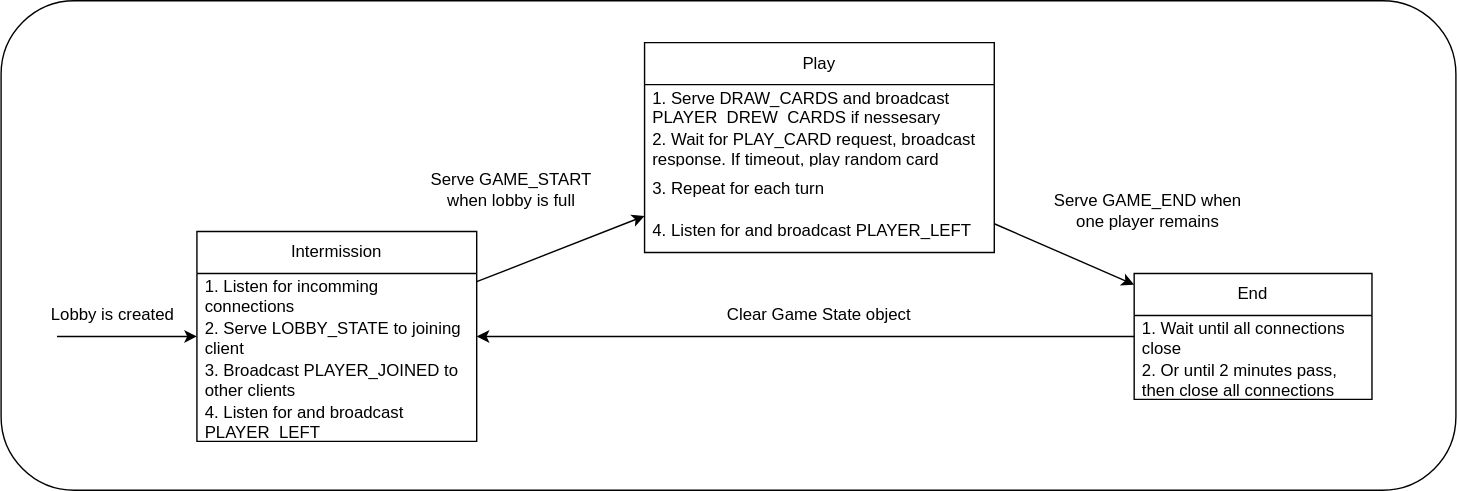
This is docs/game_stages.drawio.svg from olitroj/uno-online, a draw.io export, as it was before one commit. Source tidied: cells renumbered, new cells last; positions are measured from the earlier drawing's top-left corner, leaving out a move shared by most shapes. The source it was exported from:
```xml
<mxGraphModel>
  <root>
    <mxCell id="0" />
    <mxCell id="1" parent="0" />
    <mxCell id="2" style="rounded=1;whiteSpace=wrap;html=1;" parent="1" vertex="1">
      <mxGeometry width="1040" height="350" as="geometry" />
    </mxCell>
    <mxCell id="3" style="edgeStyle=none;html=1;" parent="1" edge="1" source="5" target="11">
      <mxGeometry relative="1" as="geometry" />
    </mxCell>
    <mxCell id="4" style="edgeStyle=none;html=1;startArrow=classic;startFill=1;endArrow=none;endFill=0;" parent="1" edge="1" source="5">
      <mxGeometry relative="1" as="geometry">
        <mxPoint x="40" y="240" as="targetPoint" />
      </mxGeometry>
    </mxCell>
    <mxCell id="5" value="Intermission" style="swimlane;fontStyle=0;horizontal=1;startSize=30;whiteSpace=wrap;html=1;" parent="1" vertex="1">
      <mxGeometry x="140" y="165" width="200" height="150" as="geometry" />
    </mxCell>
    <mxCell id="6" value="1. Listen for incomming connections" style="text;strokeColor=none;fillColor=none;align=left;verticalAlign=middle;spacingLeft=4;spacingRight=4;overflow=hidden;whiteSpace=wrap;html=1;" parent="5" vertex="1">
      <mxGeometry y="30" width="200" height="30" as="geometry" />
    </mxCell>
    <mxCell id="7" value="2. Serve LOBBY_STATE to joining client" style="text;strokeColor=none;fillColor=none;align=left;verticalAlign=middle;spacingLeft=4;spacingRight=4;overflow=hidden;whiteSpace=wrap;html=1;" parent="5" vertex="1">
      <mxGeometry y="60" width="200" height="30" as="geometry" />
    </mxCell>
    <mxCell id="8" value="3. Broadcast PLAYER_JOINED to other clients" style="text;strokeColor=none;fillColor=none;align=left;verticalAlign=middle;spacingLeft=4;spacingRight=4;overflow=hidden;whiteSpace=wrap;html=1;" parent="5" vertex="1">
      <mxGeometry y="90" width="200" height="30" as="geometry" />
    </mxCell>
    <mxCell id="9" value="4. Listen for and broadcast PLAYER_LEFT" style="text;strokeColor=none;fillColor=none;align=left;verticalAlign=middle;spacingLeft=4;spacingRight=4;overflow=hidden;whiteSpace=wrap;html=1;" parent="5" vertex="1">
      <mxGeometry y="120" width="200" height="30" as="geometry" />
    </mxCell>
    <mxCell id="10" style="edgeStyle=none;html=1;" parent="1" edge="1" source="11" target="17">
      <mxGeometry relative="1" as="geometry" />
    </mxCell>
    <mxCell id="11" value="Play" style="swimlane;fontStyle=0;horizontal=1;startSize=30;whiteSpace=wrap;html=1;" parent="1" vertex="1">
      <mxGeometry x="460" y="30" width="250" height="150" as="geometry" />
    </mxCell>
    <mxCell id="12" value="1. Serve DRAW_CARDS and broadcast PLAYER_DREW_CARDS if nessesary" style="text;strokeColor=none;fillColor=none;align=left;verticalAlign=middle;spacingLeft=4;spacingRight=4;overflow=hidden;whiteSpace=wrap;html=1;" parent="11" vertex="1">
      <mxGeometry y="30" width="250" height="30" as="geometry" />
    </mxCell>
    <mxCell id="13" value="2. Wait for PLAY_CARD request, broadcast response. If timeout, play random card" style="text;strokeColor=none;fillColor=none;align=left;verticalAlign=middle;spacingLeft=4;spacingRight=4;overflow=hidden;whiteSpace=wrap;html=1;" parent="11" vertex="1">
      <mxGeometry y="60" width="250" height="30" as="geometry" />
    </mxCell>
    <mxCell id="14" value="3. Repeat for each turn" style="text;strokeColor=none;fillColor=none;align=left;verticalAlign=middle;spacingLeft=4;spacingRight=4;overflow=hidden;whiteSpace=wrap;html=1;" parent="11" vertex="1">
      <mxGeometry y="90" width="250" height="30" as="geometry" />
    </mxCell>
    <mxCell id="15" value="4. Listen for and broadcast PLAYER_LEFT" style="text;strokeColor=none;fillColor=none;align=left;verticalAlign=middle;spacingLeft=4;spacingRight=4;overflow=hidden;whiteSpace=wrap;html=1;" parent="11" vertex="1">
      <mxGeometry y="120" width="250" height="30" as="geometry" />
    </mxCell>
    <mxCell id="16" style="edgeStyle=none;html=1;" parent="1" edge="1" source="17" target="5">
      <mxGeometry relative="1" as="geometry" />
    </mxCell>
    <mxCell id="17" value="End" style="swimlane;fontStyle=0;horizontal=1;startSize=30;whiteSpace=wrap;html=1;" parent="1" vertex="1">
      <mxGeometry x="810" y="195" width="170" height="90" as="geometry" />
    </mxCell>
    <mxCell id="18" value="1. Wait until all connections close" style="text;strokeColor=none;fillColor=none;align=left;verticalAlign=middle;spacingLeft=4;spacingRight=4;overflow=hidden;whiteSpace=wrap;html=1;" parent="17" vertex="1">
      <mxGeometry y="30" width="170" height="30" as="geometry" />
    </mxCell>
    <mxCell id="19" value="2. Or until 2 minutes pass, then close all connections" style="text;strokeColor=none;fillColor=none;align=left;verticalAlign=middle;spacingLeft=4;spacingRight=4;overflow=hidden;whiteSpace=wrap;html=1;" parent="17" vertex="1">
      <mxGeometry y="60" width="170" height="30" as="geometry" />
    </mxCell>
    <mxCell id="20" value="Serve GAME_START when lobby is full" style="text;html=1;align=center;verticalAlign=middle;whiteSpace=wrap;rounded=0;" parent="1" vertex="1">
      <mxGeometry x="300" y="120" width="130" height="30" as="geometry" />
    </mxCell>
    <mxCell id="21" value="Serve GAME_END when one player remains" style="text;html=1;align=center;verticalAlign=middle;whiteSpace=wrap;rounded=0;" parent="1" vertex="1">
      <mxGeometry x="750" y="135" width="140" height="30" as="geometry" />
    </mxCell>
    <mxCell id="22" value="Clear Game State object" style="text;html=1;align=center;verticalAlign=middle;whiteSpace=wrap;rounded=0;" parent="1" vertex="1">
      <mxGeometry x="515" y="210" width="140" height="30" as="geometry" />
    </mxCell>
    <mxCell id="23" value="Lobby is created" style="text;html=1;align=center;verticalAlign=middle;whiteSpace=wrap;rounded=0;" parent="1" vertex="1">
      <mxGeometry x="30" y="210" width="100" height="30" as="geometry" />
    </mxCell>
  </root>
</mxGraphModel>
```
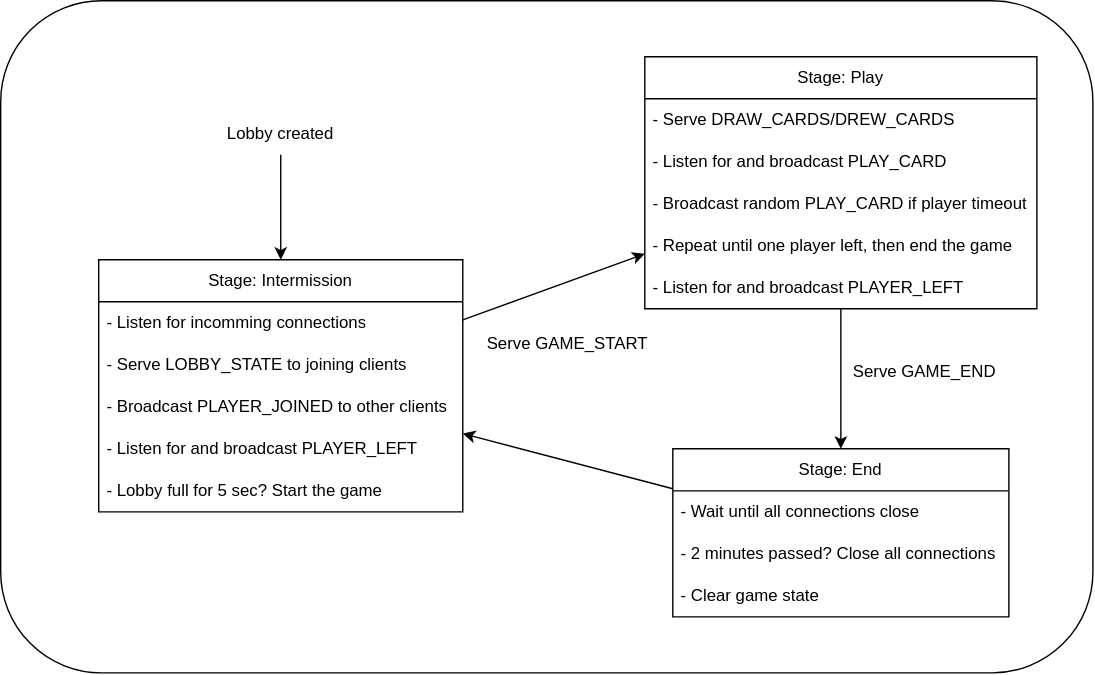
The same file after the commit.

Change to the diagram source:
```diff
@@ -2,73 +2,79 @@
   <root>
     <mxCell id="0" />
     <mxCell id="1" parent="0" />
-    <mxCell id="2" style="rounded=1;whiteSpace=wrap;html=1;" parent="1" vertex="1">
-      <mxGeometry width="1040" height="350" as="geometry" />
-    </mxCell>
+    <mxCell id="24" style="rounded=1;whiteSpace=wrap;html=1;" parent="1" vertex="1">
+      <mxGeometry y="-20" width="780" height="480" as="geometry" />
+    </mxCell>
     <mxCell id="3" style="edgeStyle=none;html=1;" parent="1" edge="1" source="5" target="11">
       <mxGeometry relative="1" as="geometry" />
     </mxCell>
-    <mxCell id="4" style="edgeStyle=none;html=1;startArrow=classic;startFill=1;endArrow=none;endFill=0;" parent="1" edge="1" source="5">
-      <mxGeometry relative="1" as="geometry">
-        <mxPoint x="40" y="240" as="targetPoint" />
-      </mxGeometry>
-    </mxCell>
+    <mxCell id="25" style="edgeStyle=none;html=1;startArrow=classic;startFill=1;endArrow=none;endFill=0;" parent="1" edge="1" source="5">
+      <mxGeometry relative="1" as="geometry">
+        <mxPoint x="200" y="90" as="targetPoint" />
+      </mxGeometry>
+    </mxCell>
-    <mxCell id="5" value="Intermission" style="swimlane;fontStyle=0;horizontal=1;startSize=30;whiteSpace=wrap;html=1;" parent="1" vertex="1">
-      <mxGeometry x="140" y="165" width="200" height="150" as="geometry" />
+    <mxCell id="5" value="Stage: Intermission" style="swimlane;fontStyle=0;horizontal=1;startSize=30;whiteSpace=wrap;html=1;" parent="1" vertex="1">
+      <mxGeometry x="70" y="165" width="260" height="180" as="geometry" />
     </mxCell>
-    <mxCell id="6" value="1. Listen for incomming connections" style="text;strokeColor=none;fillColor=none;align=left;verticalAlign=middle;spacingLeft=4;spacingRight=4;overflow=hidden;whiteSpace=wrap;html=1;" parent="5" vertex="1">
-      <mxGeometry y="30" width="200" height="30" as="geometry" />
+    <mxCell id="6" value="- Listen for incomming connections" style="text;strokeColor=none;fillColor=none;align=left;verticalAlign=middle;spacingLeft=4;spacingRight=4;overflow=hidden;whiteSpace=wrap;html=1;" parent="5" vertex="1">
+      <mxGeometry y="30" width="260" height="30" as="geometry" />
     </mxCell>
-    <mxCell id="7" value="2. Serve LOBBY_STATE to joining client" style="text;strokeColor=none;fillColor=none;align=left;verticalAlign=middle;spacingLeft=4;spacingRight=4;overflow=hidden;whiteSpace=wrap;html=1;" parent="5" vertex="1">
-      <mxGeometry y="60" width="200" height="30" as="geometry" />
+    <mxCell id="7" value="- Serve LOBBY_STATE to joining clients" style="text;strokeColor=none;fillColor=none;align=left;verticalAlign=middle;spacingLeft=4;spacingRight=4;overflow=hidden;whiteSpace=wrap;html=1;" parent="5" vertex="1">
+      <mxGeometry y="60" width="260" height="30" as="geometry" />
     </mxCell>
-    <mxCell id="8" value="3. Broadcast PLAYER_JOINED to other clients" style="text;strokeColor=none;fillColor=none;align=left;verticalAlign=middle;spacingLeft=4;spacingRight=4;overflow=hidden;whiteSpace=wrap;html=1;" parent="5" vertex="1">
-      <mxGeometry y="90" width="200" height="30" as="geometry" />
+    <mxCell id="8" value="- Broadcast PLAYER_JOINED to other clients" style="text;strokeColor=none;fillColor=none;align=left;verticalAlign=middle;spacingLeft=4;spacingRight=4;overflow=hidden;whiteSpace=wrap;html=1;" parent="5" vertex="1">
+      <mxGeometry y="90" width="260" height="30" as="geometry" />
     </mxCell>
-    <mxCell id="9" value="4. Listen for and broadcast PLAYER_LEFT" style="text;strokeColor=none;fillColor=none;align=left;verticalAlign=middle;spacingLeft=4;spacingRight=4;overflow=hidden;whiteSpace=wrap;html=1;" parent="5" vertex="1">
-      <mxGeometry y="120" width="200" height="30" as="geometry" />
+    <mxCell id="9" value="- Listen for and broadcast PLAYER_LEFT" style="text;strokeColor=none;fillColor=none;align=left;verticalAlign=middle;spacingLeft=4;spacingRight=4;overflow=hidden;whiteSpace=wrap;html=1;" parent="5" vertex="1">
+      <mxGeometry y="120" width="260" height="30" as="geometry" />
     </mxCell>
+    <mxCell id="26" value="- Lobby full for 5 sec? Start the game" style="text;strokeColor=none;fillColor=none;align=left;verticalAlign=middle;spacingLeft=4;spacingRight=4;overflow=hidden;whiteSpace=wrap;html=1;" parent="5" vertex="1">
+      <mxGeometry y="150" width="260" height="30" as="geometry" />
+    </mxCell>
     <mxCell id="10" style="edgeStyle=none;html=1;" parent="1" edge="1" source="11" target="17">
       <mxGeometry relative="1" as="geometry" />
     </mxCell>
-    <mxCell id="11" value="Play" style="swimlane;fontStyle=0;horizontal=1;startSize=30;whiteSpace=wrap;html=1;" parent="1" vertex="1">
-      <mxGeometry x="460" y="30" width="250" height="150" as="geometry" />
+    <mxCell id="11" value="Stage: Play" style="swimlane;fontStyle=0;horizontal=1;startSize=30;whiteSpace=wrap;html=1;" parent="1" vertex="1">
+      <mxGeometry x="460" y="20" width="280" height="180" as="geometry" />
     </mxCell>
-    <mxCell id="12" value="1. Serve DRAW_CARDS and broadcast PLAYER_DREW_CARDS if nessesary" style="text;strokeColor=none;fillColor=none;align=left;verticalAlign=middle;spacingLeft=4;spacingRight=4;overflow=hidden;whiteSpace=wrap;html=1;" parent="11" vertex="1">
-      <mxGeometry y="30" width="250" height="30" as="geometry" />
+    <mxCell id="12" value="- Serve DRAW_CARDS/DREW_CARDS" style="text;strokeColor=none;fillColor=none;align=left;verticalAlign=middle;spacingLeft=4;spacingRight=4;overflow=hidden;whiteSpace=wrap;html=1;" parent="11" vertex="1">
+      <mxGeometry y="30" width="280" height="30" as="geometry" />
     </mxCell>
-    <mxCell id="13" value="2. Wait for PLAY_CARD request, broadcast response. If timeout, play random card" style="text;strokeColor=none;fillColor=none;align=left;verticalAlign=middle;spacingLeft=4;spacingRight=4;overflow=hidden;whiteSpace=wrap;html=1;" parent="11" vertex="1">
-      <mxGeometry y="60" width="250" height="30" as="geometry" />
+    <mxCell id="13" value="- Listen for and broadcast PLAY_CARD" style="text;strokeColor=none;fillColor=none;align=left;verticalAlign=middle;spacingLeft=4;spacingRight=4;overflow=hidden;whiteSpace=wrap;html=1;" parent="11" vertex="1">
+      <mxGeometry y="60" width="280" height="30" as="geometry" />
     </mxCell>
-    <mxCell id="14" value="3. Repeat for each turn" style="text;strokeColor=none;fillColor=none;align=left;verticalAlign=middle;spacingLeft=4;spacingRight=4;overflow=hidden;whiteSpace=wrap;html=1;" parent="11" vertex="1">
-      <mxGeometry y="90" width="250" height="30" as="geometry" />
+    <mxCell id="14" value="- Broadcast random PLAY_CARD if player timeout" style="text;strokeColor=none;fillColor=none;align=left;verticalAlign=middle;spacingLeft=4;spacingRight=4;overflow=hidden;whiteSpace=wrap;html=1;" parent="11" vertex="1">
+      <mxGeometry y="90" width="280" height="30" as="geometry" />
     </mxCell>
-    <mxCell id="15" value="4. Listen for and broadcast PLAYER_LEFT" style="text;strokeColor=none;fillColor=none;align=left;verticalAlign=middle;spacingLeft=4;spacingRight=4;overflow=hidden;whiteSpace=wrap;html=1;" parent="11" vertex="1">
-      <mxGeometry y="120" width="250" height="30" as="geometry" />
+    <mxCell id="15" value="- Repeat until one player left, then end the game" style="text;strokeColor=none;fillColor=none;align=left;verticalAlign=middle;spacingLeft=4;spacingRight=4;overflow=hidden;whiteSpace=wrap;html=1;" parent="11" vertex="1">
+      <mxGeometry y="120" width="280" height="30" as="geometry" />
     </mxCell>
+    <mxCell id="27" value="- Listen for and broadcast PLAYER_LEFT" style="text;strokeColor=none;fillColor=none;align=left;verticalAlign=middle;spacingLeft=4;spacingRight=4;overflow=hidden;whiteSpace=wrap;html=1;" parent="11" vertex="1">
+      <mxGeometry y="150" width="280" height="30" as="geometry" />
+    </mxCell>
     <mxCell id="16" style="edgeStyle=none;html=1;" parent="1" edge="1" source="17" target="5">
       <mxGeometry relative="1" as="geometry" />
     </mxCell>
-    <mxCell id="17" value="End" style="swimlane;fontStyle=0;horizontal=1;startSize=30;whiteSpace=wrap;html=1;" parent="1" vertex="1">
-      <mxGeometry x="810" y="195" width="170" height="90" as="geometry" />
+    <mxCell id="17" value="Stage: End" style="swimlane;fontStyle=0;horizontal=1;startSize=30;whiteSpace=wrap;html=1;" parent="1" vertex="1">
+      <mxGeometry x="480" y="300" width="240" height="120" as="geometry" />
     </mxCell>
-    <mxCell id="18" value="1. Wait until all connections close" style="text;strokeColor=none;fillColor=none;align=left;verticalAlign=middle;spacingLeft=4;spacingRight=4;overflow=hidden;whiteSpace=wrap;html=1;" parent="17" vertex="1">
-      <mxGeometry y="30" width="170" height="30" as="geometry" />
+    <mxCell id="18" value="- Wait until all connections close" style="text;strokeColor=none;fillColor=none;align=left;verticalAlign=middle;spacingLeft=4;spacingRight=4;overflow=hidden;whiteSpace=wrap;html=1;" parent="17" vertex="1">
+      <mxGeometry y="30" width="240" height="30" as="geometry" />
     </mxCell>
-    <mxCell id="19" value="2. Or until 2 minutes pass, then close all connections" style="text;strokeColor=none;fillColor=none;align=left;verticalAlign=middle;spacingLeft=4;spacingRight=4;overflow=hidden;whiteSpace=wrap;html=1;" parent="17" vertex="1">
-      <mxGeometry y="60" width="170" height="30" as="geometry" />
+    <mxCell id="19" value="- 2 minutes passed? Close all connections" style="text;strokeColor=none;fillColor=none;align=left;verticalAlign=middle;spacingLeft=4;spacingRight=4;overflow=hidden;whiteSpace=wrap;html=1;" parent="17" vertex="1">
+      <mxGeometry y="60" width="240" height="30" as="geometry" />
     </mxCell>
+    <mxCell id="28" value="- Clear game state" style="text;strokeColor=none;fillColor=none;align=left;verticalAlign=middle;spacingLeft=4;spacingRight=4;overflow=hidden;whiteSpace=wrap;html=1;" parent="17" vertex="1">
+      <mxGeometry y="90" width="240" height="30" as="geometry" />
+    </mxCell>
-    <mxCell id="20" value="Serve GAME_START when lobby is full" style="text;html=1;align=center;verticalAlign=middle;whiteSpace=wrap;rounded=0;" parent="1" vertex="1">
-      <mxGeometry x="300" y="120" width="130" height="30" as="geometry" />
+    <mxCell id="20" value="Serve GAME_START" style="text;html=1;align=center;verticalAlign=middle;whiteSpace=wrap;rounded=0;" parent="1" vertex="1">
+      <mxGeometry x="340" y="210" width="130" height="30" as="geometry" />
     </mxCell>
-    <mxCell id="21" value="Serve GAME_END when one player remains" style="text;html=1;align=center;verticalAlign=middle;whiteSpace=wrap;rounded=0;" parent="1" vertex="1">
-      <mxGeometry x="750" y="135" width="140" height="30" as="geometry" />
+    <mxCell id="21" value="Serve GAME_END" style="text;html=1;align=center;verticalAlign=middle;whiteSpace=wrap;rounded=0;" parent="1" vertex="1">
+      <mxGeometry x="590" y="230" width="140" height="30" as="geometry" />
     </mxCell>
-    <mxCell id="22" value="Clear Game State object" style="text;html=1;align=center;verticalAlign=middle;whiteSpace=wrap;rounded=0;" parent="1" vertex="1">
-      <mxGeometry x="515" y="210" width="140" height="30" as="geometry" />
-    </mxCell>
-    <mxCell id="23" value="Lobby is created" style="text;html=1;align=center;verticalAlign=middle;whiteSpace=wrap;rounded=0;" parent="1" vertex="1">
-      <mxGeometry x="30" y="210" width="100" height="30" as="geometry" />
+    <mxCell id="23" value="Lobby created" style="text;html=1;align=center;verticalAlign=middle;whiteSpace=wrap;rounded=0;" parent="1" vertex="1">
+      <mxGeometry x="150" y="60" width="100" height="30" as="geometry" />
     </mxCell>
   </root>
 </mxGraphModel>
```
